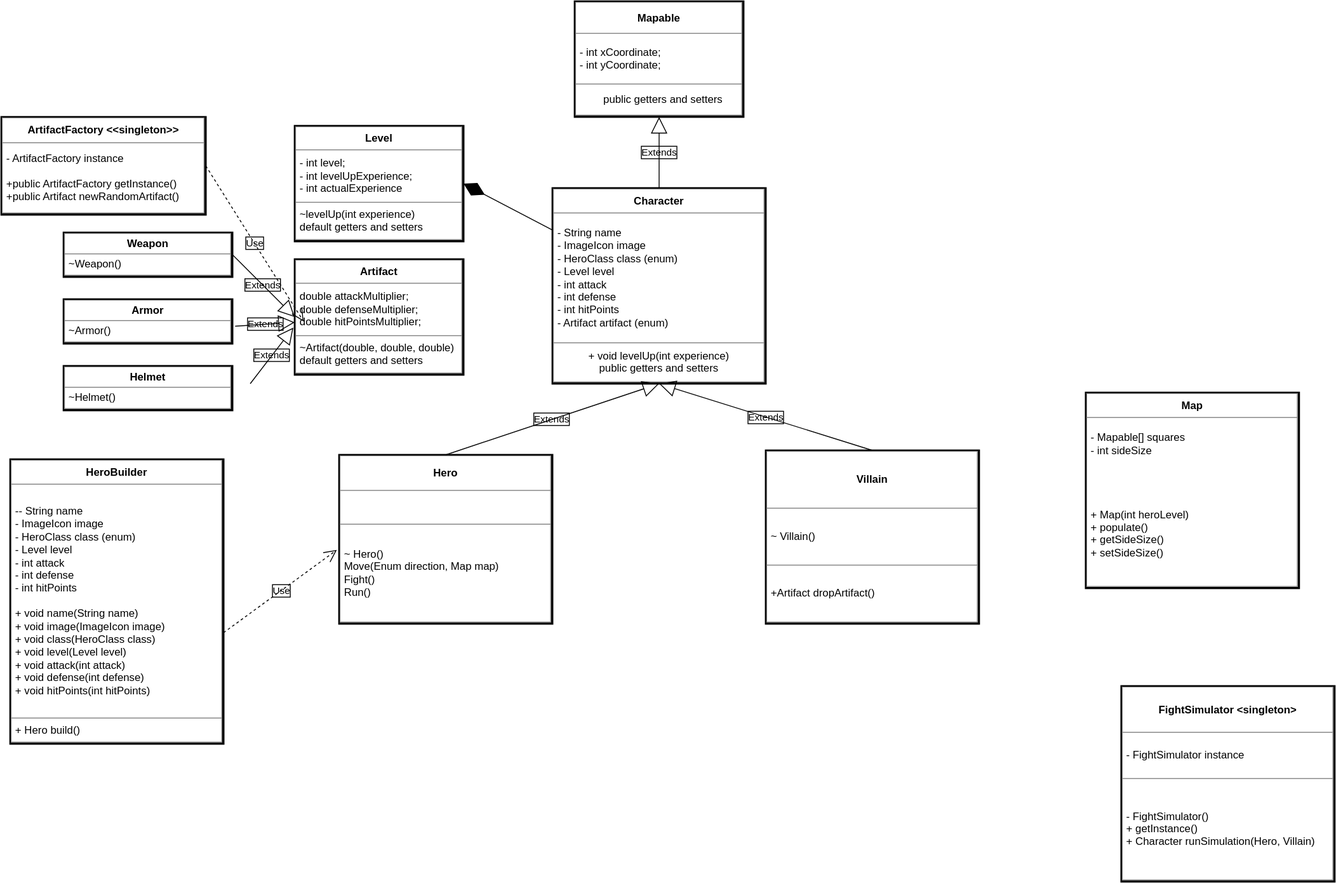
tlouro-c/swingy keeps this draw.io diagram as uml_class_diagram.svg. Above is the earlier version. Source tidied: cells renumbered, new cells last; positions are measured from the earlier drawing's top-left corner, leaving out a move shared by most shapes.
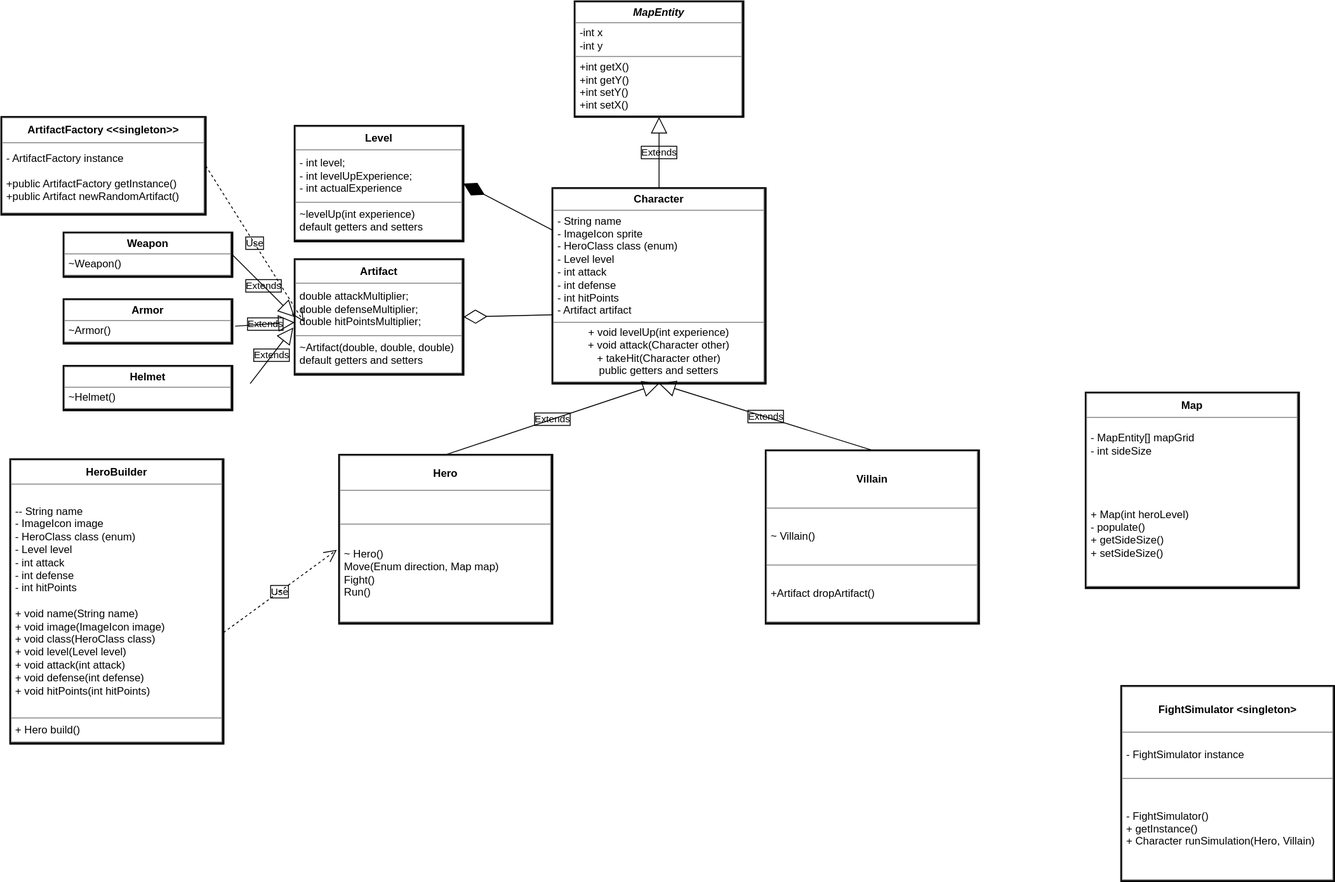
The same diagram one commit later.

Change to the diagram source:
```diff
@@ -2,7 +2,7 @@
   <root>
     <mxCell id="0" />
     <mxCell id="1" parent="0" />
-    <mxCell id="2" value="&lt;table border=&quot;1&quot; width=&quot;100%&quot; height=&quot;100%&quot; cellpadding=&quot;4&quot; style=&quot;width:100%;height:100%;border-collapse:collapse;&quot;&gt;&lt;tbody&gt;&lt;tr&gt;&lt;th align=&quot;center&quot;&gt;Character&lt;br&gt;&lt;/th&gt;&lt;/tr&gt;&lt;tr&gt;&lt;td&gt;- String name&lt;br&gt;- ImageIcon image&lt;br&gt;&lt;div style=&quot;&quot;&gt;&lt;span style=&quot;&quot;&gt;- HeroClass class (enum)&lt;/span&gt;&lt;/div&gt;&lt;div style=&quot;&quot;&gt;&lt;span style=&quot;&quot;&gt;- Level level&lt;/span&gt;&lt;/div&gt;&lt;div style=&quot;&quot;&gt;- int attack&lt;/div&gt;&lt;div style=&quot;&quot;&gt;- int defense&lt;/div&gt;&lt;div style=&quot;&quot;&gt;- int hitPoints&lt;/div&gt;&lt;div style=&quot;&quot;&gt;- Artifact artifact (enum)&lt;/div&gt;&lt;div style=&quot;&quot;&gt;&lt;/div&gt;&lt;/td&gt;&lt;/tr&gt;&lt;tr&gt;&lt;td align=&quot;center&quot;&gt;+ void levelUp(int experience)&lt;br&gt;public getters and setters&lt;/td&gt;&lt;/tr&gt;&lt;/tbody&gt;&lt;/table&gt;" style="text;html=1;whiteSpace=wrap;strokeColor=#000000;fillColor=none;overflow=fill;strokeWidth=2;fontColor=#000000;labelBackgroundColor=none;labelBorderColor=#000000;rounded=0;" parent="1" vertex="1">
+    <mxCell id="2" value="&lt;table border=&quot;1&quot; width=&quot;100%&quot; height=&quot;100%&quot; cellpadding=&quot;4&quot; style=&quot;width:100%;height:100%;border-collapse:collapse;&quot;&gt;&lt;tbody&gt;&lt;tr&gt;&lt;th align=&quot;center&quot;&gt;Character&lt;br&gt;&lt;/th&gt;&lt;/tr&gt;&lt;tr&gt;&lt;td&gt;- String name&lt;br&gt;- ImageIcon sprite&lt;br&gt;&lt;div style=&quot;&quot;&gt;&lt;span style=&quot;&quot;&gt;- HeroClass class (enum)&lt;/span&gt;&lt;/div&gt;&lt;div style=&quot;&quot;&gt;&lt;span style=&quot;&quot;&gt;- Level level&lt;/span&gt;&lt;/div&gt;&lt;div style=&quot;&quot;&gt;- int attack&lt;/div&gt;&lt;div style=&quot;&quot;&gt;- int defense&lt;/div&gt;&lt;div style=&quot;&quot;&gt;- int hitPoints&lt;/div&gt;&lt;div style=&quot;&quot;&gt;- Artifact artifact&lt;/div&gt;&lt;div style=&quot;&quot;&gt;&lt;/div&gt;&lt;/td&gt;&lt;/tr&gt;&lt;tr&gt;&lt;td align=&quot;center&quot;&gt;+ void levelUp(int experience)&lt;br&gt;+ void attack(Character other)&lt;br&gt;+ takeHit(Character other)&lt;br&gt;public getters and setters&lt;/td&gt;&lt;/tr&gt;&lt;/tbody&gt;&lt;/table&gt;" style="text;html=1;whiteSpace=wrap;strokeColor=#000000;fillColor=none;overflow=fill;strokeWidth=2;fontColor=#000000;labelBackgroundColor=none;labelBorderColor=#000000;rounded=0;" parent="1" vertex="1">
       <mxGeometry x="620" y="210" width="240" height="220" as="geometry" />
     </mxCell>
     <mxCell id="3" value="&lt;table border=&quot;1&quot; width=&quot;100%&quot; height=&quot;100%&quot; cellpadding=&quot;4&quot; style=&quot;width:100%;height:100%;border-collapse:collapse;&quot;&gt;&lt;tbody&gt;&lt;tr&gt;&lt;th align=&quot;center&quot;&gt;Hero&lt;br&gt;&lt;/th&gt;&lt;/tr&gt;&lt;tr&gt;&lt;td&gt;&lt;br&gt;&lt;/td&gt;&lt;/tr&gt;&lt;tr&gt;&lt;td&gt;~ Hero()&lt;br&gt;Move(Enum direction, Map map)&lt;br&gt;Fight()&lt;br&gt;Run()&lt;/td&gt;&lt;/tr&gt;&lt;/tbody&gt;&lt;/table&gt;" style="text;html=1;whiteSpace=wrap;strokeColor=#000000;fillColor=none;overflow=fill;strokeWidth=2;fontColor=#000000;labelBackgroundColor=none;labelBorderColor=#000000;rounded=0;" parent="1" vertex="1">
@@ -11,13 +11,13 @@
     <mxCell id="4" value="&lt;table border=&quot;1&quot; width=&quot;100%&quot; height=&quot;100%&quot; cellpadding=&quot;4&quot; style=&quot;width:100%;height:100%;border-collapse:collapse;&quot;&gt;&lt;tbody&gt;&lt;tr&gt;&lt;th align=&quot;center&quot;&gt;FightSimulator &amp;lt;singleton&amp;gt;&lt;/th&gt;&lt;/tr&gt;&lt;tr&gt;&lt;td&gt;- FightSimulator instance&lt;br&gt;&lt;/td&gt;&lt;/tr&gt;&lt;tr&gt;&lt;td&gt;- FightSimulator()&lt;br&gt;+ getInstance()&lt;br&gt;+ Character runSimulation(Hero, Villain)&lt;/td&gt;&lt;/tr&gt;&lt;/tbody&gt;&lt;/table&gt;" style="text;html=1;whiteSpace=wrap;strokeColor=#000000;fillColor=none;overflow=fill;strokeWidth=2;fontColor=#000000;labelBackgroundColor=none;labelBorderColor=#000000;rounded=0;" parent="1" vertex="1">
       <mxGeometry x="1260" y="770" width="240" height="220" as="geometry" />
     </mxCell>
-    <mxCell id="5" value="&lt;table border=&quot;1&quot; width=&quot;100%&quot; height=&quot;100%&quot; cellpadding=&quot;4&quot; style=&quot;width:100%;height:100%;border-collapse:collapse;&quot;&gt;&lt;tbody&gt;&lt;tr&gt;&lt;th align=&quot;center&quot;&gt;Map&lt;/th&gt;&lt;/tr&gt;&lt;tr&gt;&lt;td&gt;- Mapable[] squares&lt;br&gt;- int sideSize&lt;br&gt;&lt;br&gt;&lt;br&gt;&lt;br&gt;&lt;br&gt;+ Map(int heroLevel)&lt;br&gt;+ populate()&lt;br&gt;+ getSideSize()&lt;br&gt;+ setSideSize()&lt;br&gt;&lt;br&gt;&lt;/td&gt;&lt;/tr&gt;&lt;/tbody&gt;&lt;/table&gt;" style="text;html=1;whiteSpace=wrap;strokeColor=#000000;fillColor=none;overflow=fill;strokeWidth=2;fontColor=#000000;labelBackgroundColor=none;labelBorderColor=#000000;rounded=0;" parent="1" vertex="1">
+    <mxCell id="5" value="&lt;table border=&quot;1&quot; width=&quot;100%&quot; height=&quot;100%&quot; cellpadding=&quot;4&quot; style=&quot;width:100%;height:100%;border-collapse:collapse;&quot;&gt;&lt;tbody&gt;&lt;tr&gt;&lt;th align=&quot;center&quot;&gt;Map&lt;/th&gt;&lt;/tr&gt;&lt;tr&gt;&lt;td&gt;- MapEntity[] mapGrid&lt;br&gt;- int sideSize&lt;br&gt;&lt;br&gt;&lt;br&gt;&lt;br&gt;&lt;br&gt;+ Map(int heroLevel)&lt;br&gt;- populate()&lt;br&gt;+ getSideSize()&lt;br&gt;+ setSideSize()&lt;br&gt;&lt;br&gt;&lt;/td&gt;&lt;/tr&gt;&lt;/tbody&gt;&lt;/table&gt;" style="text;html=1;whiteSpace=wrap;strokeColor=#000000;fillColor=none;overflow=fill;strokeWidth=2;fontColor=#000000;labelBackgroundColor=none;labelBorderColor=#000000;rounded=0;" parent="1" vertex="1">
       <mxGeometry x="1220" y="440" width="240" height="220" as="geometry" />
     </mxCell>
     <mxCell id="6" value="&lt;table border=&quot;1&quot; width=&quot;100%&quot; height=&quot;100%&quot; cellpadding=&quot;4&quot; style=&quot;width:100%;height:100%;border-collapse:collapse;&quot;&gt;&lt;tbody&gt;&lt;tr&gt;&lt;th align=&quot;center&quot;&gt;Villain&lt;/th&gt;&lt;/tr&gt;&lt;tr&gt;&lt;td&gt;~ Villain()&lt;/td&gt;&lt;/tr&gt;&lt;tr&gt;&lt;td&gt;+Artifact dropArtifact()&lt;/td&gt;&lt;/tr&gt;&lt;/tbody&gt;&lt;/table&gt;" style="text;html=1;whiteSpace=wrap;strokeColor=#000000;fillColor=none;overflow=fill;strokeWidth=2;fontColor=#000000;labelBackgroundColor=none;labelBorderColor=#000000;rounded=0;" parent="1" vertex="1">
       <mxGeometry x="860" y="505" width="240" height="195" as="geometry" />
     </mxCell>
-    <mxCell id="7" value="&lt;table border=&quot;1&quot; width=&quot;100%&quot; height=&quot;100%&quot; cellpadding=&quot;4&quot; style=&quot;width:100%;height:100%;border-collapse:collapse;&quot;&gt;&lt;tbody&gt;&lt;tr&gt;&lt;th align=&quot;center&quot;&gt;Mapable&lt;/th&gt;&lt;/tr&gt;&lt;tr&gt;&lt;td&gt;- int xCoordinate;&lt;br&gt;- int yCoordinate;&lt;/td&gt;&lt;/tr&gt;&lt;tr&gt;&lt;td&gt;&lt;span style=&quot;white-space: pre;&quot;&gt;&#9;&lt;/span&gt;public getters and setters&lt;br&gt;&lt;/td&gt;&lt;/tr&gt;&lt;/tbody&gt;&lt;/table&gt;" style="text;html=1;whiteSpace=wrap;strokeColor=#000000;fillColor=none;overflow=fill;strokeWidth=2;fontColor=#000000;labelBackgroundColor=none;labelBorderColor=#000000;rounded=0;" parent="1" vertex="1">
+    <mxCell id="7" value="&lt;table border=&quot;1&quot; width=&quot;100%&quot; height=&quot;100%&quot; cellpadding=&quot;4&quot; style=&quot;width:100%;height:100%;border-collapse:collapse;&quot;&gt;&lt;tbody&gt;&lt;tr&gt;&lt;th align=&quot;center&quot;&gt;&lt;i&gt;MapEntity&lt;/i&gt;&lt;/th&gt;&lt;/tr&gt;&lt;tr&gt;&lt;td&gt;-int x&lt;br&gt;-int y&lt;/td&gt;&lt;/tr&gt;&lt;tr&gt;&lt;td&gt;+int getX()&lt;br&gt;+int getY()&lt;br&gt;+int setY()&lt;br&gt;+int setX()&lt;/td&gt;&lt;/tr&gt;&lt;/tbody&gt;&lt;/table&gt;" style="text;html=1;whiteSpace=wrap;strokeColor=#000000;fillColor=none;overflow=fill;strokeWidth=2;fontColor=#000000;labelBackgroundColor=none;labelBorderColor=#000000;rounded=0;" parent="1" vertex="1">
       <mxGeometry x="645" width="190" height="130" as="geometry" />
     </mxCell>
     <mxCell id="8" value="&lt;table border=&quot;1&quot; width=&quot;100%&quot; height=&quot;100%&quot; cellpadding=&quot;4&quot; style=&quot;width:100%;height:100%;border-collapse:collapse;&quot;&gt;&lt;tbody&gt;&lt;tr&gt;&lt;th align=&quot;center&quot;&gt;HeroBuilder&lt;br&gt;&lt;/th&gt;&lt;/tr&gt;&lt;tr&gt;&lt;td&gt;-- String name&lt;br&gt;- ImageIcon image&lt;br&gt;&lt;div&gt;&lt;span style=&quot;&quot;&gt;- HeroClass class (enum)&lt;/span&gt;&lt;/div&gt;&lt;div&gt;&lt;span style=&quot;&quot;&gt;- Level level&lt;/span&gt;&lt;br&gt;&lt;/div&gt;&lt;div&gt;- int attack&lt;/div&gt;&lt;div&gt;- int defense&lt;/div&gt;&lt;div&gt;- int hitPoints&lt;/div&gt;&lt;div&gt;&lt;br&gt;&lt;/div&gt;&lt;div&gt;+ void name(String name)&lt;/div&gt;&lt;div&gt;+ void image(ImageIcon image)&lt;/div&gt;&lt;div&gt;+ void class(HeroClass class)&lt;/div&gt;&lt;div&gt;+ void level(Level level)&lt;/div&gt;&lt;div&gt;+ void attack(int attack)&lt;/div&gt;&lt;div&gt;+ void defense(int defense)&lt;/div&gt;&lt;div&gt;+ void hitPoints(int hitPoints)&lt;/div&gt;&lt;div&gt;&lt;/div&gt;&lt;/td&gt;&lt;/tr&gt;&lt;tr&gt;&lt;td&gt;+ Hero build()&lt;/td&gt;&lt;/tr&gt;&lt;/tbody&gt;&lt;/table&gt;" style="text;html=1;whiteSpace=wrap;strokeColor=#000000;fillColor=none;overflow=fill;strokeWidth=2;fontColor=#000000;labelBackgroundColor=none;labelBorderColor=#000000;rounded=0;" parent="1" vertex="1">
@@ -76,5 +76,8 @@
         <mxPoint x="340" y="360" as="targetPoint" />
       </mxGeometry>
     </mxCell>
+    <mxCell id="24" style="endArrow=diamondThin;endFill=0;endSize=24;html=1;labelBackgroundColor=none;labelBorderColor=#000000;strokeColor=#000000;fontColor=#000000;entryX=1;entryY=0.5;entryDx=0;entryDy=0;exitX=0.001;exitY=0.648;exitDx=0;exitDy=0;exitPerimeter=0;" parent="1" edge="1" source="2" target="14">
+      <mxGeometry relative="1" as="geometry" />
+    </mxCell>
   </root>
 </mxGraphModel>
```
